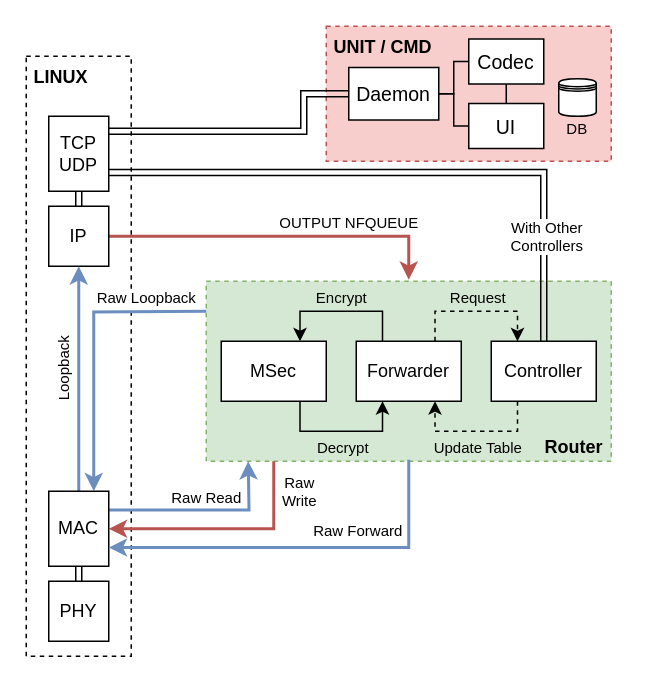
Before: page "Page-1" (1 of 2) of docs/figures/net_stack.drawio in mido3ds/C4IAN, a draw.io diagram. Source tidied: cells renumbered, new cells numbered last; positions are measured from the earlier drawing's top-left corner, leaving out a move shared by most shapes. Both pictures are drawn from the tidied source at 150%, with x=0, y=0 at pixel (26, 26).
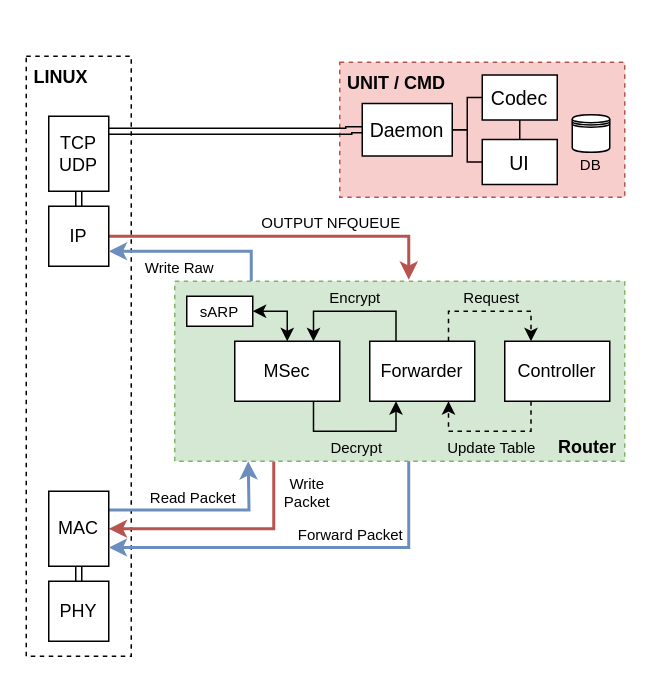
Above is the later version.

Commit message (it also covers changes not shown here):
added sarp to diagrams

Unchanged cells that the change refers to:
```xml
<mxCell id="19" value="TCP&lt;br&gt;UDP" style="rounded=0;whiteSpace=wrap;html=1;" parent="1" vertex="1">
  <mxGeometry x="15" y="60" width="40" height="50" as="geometry" />
</mxCell>
<mxCell id="20" style="edgeStyle=orthogonalEdgeStyle;rounded=0;jettySize=auto;html=1;exitX=1;exitY=0.5;exitDx=0;exitDy=0;fillColor=#f8cecc;strokeColor=#b85450;endArrow=classic;endFill=1;strokeWidth=2;" parent="1" edge="1" source="22">
  <mxGeometry relative="1" as="geometry">
    <mxPoint x="255" y="169" as="targetPoint" />
    <Array as="points">
      <mxPoint x="255" y="140" />
    </Array>
  </mxGeometry>
</mxCell>
<mxCell id="22" value="IP" style="rounded=0;whiteSpace=wrap;html=1;" parent="1" vertex="1">
  <mxGeometry x="15" y="120" width="40" height="40" as="geometry" />
</mxCell>
<mxCell id="23" style="edgeStyle=orthogonalEdgeStyle;rounded=0;jettySize=auto;html=1;entryX=1;entryY=0.5;entryDx=0;entryDy=0;fillColor=#f8cecc;strokeColor=#b85450;strokeWidth=2;" parent="1" edge="1" target="32">
  <mxGeometry relative="1" as="geometry">
    <mxPoint x="165" y="290" as="sourcePoint" />
    <Array as="points">
      <mxPoint x="165" y="335" />
    </Array>
  </mxGeometry>
</mxCell>
<mxCell id="27" style="edgeStyle=orthogonalEdgeStyle;rounded=0;jettySize=auto;html=1;exitX=1;exitY=0.25;exitDx=0;exitDy=0;fillColor=#dae8fc;strokeColor=#6c8ebf;endArrow=classic;endFill=1;strokeWidth=2;" parent="1" edge="1" source="32">
  <mxGeometry relative="1" as="geometry">
    <mxPoint x="148" y="290" as="targetPoint" />
  </mxGeometry>
</mxCell>
<mxCell id="32" value="MAC" style="rounded=0;whiteSpace=wrap;html=1;" parent="1" vertex="1">
  <mxGeometry x="15" y="310" width="40" height="50" as="geometry" />
</mxCell>
<mxCell id="34" style="edgeStyle=orthogonalEdgeStyle;rounded=0;jettySize=auto;html=1;entryX=1;entryY=0.75;entryDx=0;entryDy=0;startArrow=none;startFill=0;endArrow=classic;endFill=1;fontSize=10;fontColor=#000000;fillColor=#dae8fc;strokeColor=#6c8ebf;strokeWidth=2;" parent="1" edge="1" target="32">
  <mxGeometry relative="1" as="geometry">
    <mxPoint x="255" y="289" as="sourcePoint" />
    <Array as="points">
      <mxPoint x="255" y="348" />
    </Array>
  </mxGeometry>
</mxCell>
```

What changed in the source:
```diff
@@
-    <mxCell id="2" value="&amp;nbsp;UNIT / CMD" style="rounded=0;whiteSpace=wrap;html=1;fillColor=#f8cecc;strokeColor=#b85450;verticalAlign=top;align=left;dashed=1;fontStyle=1;fontSize=12;" parent="1" vertex="1">
-      <mxGeometry x="200" width="190" height="90" as="geometry" />
+    <mxCell id="2" value="&amp;nbsp;UNIT / CMD" style="rounded=0;whiteSpace=wrap;html=1;verticalAlign=top;align=left;dashed=1;fontStyle=1;fontSize=12;fillColor=#f8cecc;strokeColor=#b85450;" parent="1" vertex="1">
+      <mxGeometry x="209" y="24" width="190" height="90" as="geometry" />
     </mxCell>
@@
-    <mxCell id="4" style="group;fontSize=12;fixDash=0;" parent="1" vertex="1">
-      <mxGeometry x="120" y="170" width="270" height="120" as="geometry" />
-    </mxCell>
-    <mxCell id="5" value="&lt;font size=&quot;1&quot;&gt;&lt;b style=&quot;font-size: 12px&quot;&gt;Router&amp;nbsp;&lt;/b&gt;&lt;/font&gt;" style="rounded=0;whiteSpace=wrap;html=1;labelBackgroundColor=none;dashed=1;fillColor=#d5e8d4;strokeColor=#82b366;align=right;verticalAlign=bottom;" parent="4" vertex="1">
-      <mxGeometry width="270" height="120" as="geometry" />
-    </mxCell>
-    <mxCell id="6" value="MSec" style="rounded=0;whiteSpace=wrap;html=1;" parent="4" vertex="1">
-      <mxGeometry x="10" y="40" width="70" height="40" as="geometry" />
-    </mxCell>
-    <mxCell id="7" style="edgeStyle=orthogonalEdgeStyle;rounded=0;jettySize=auto;html=1;exitX=0.25;exitY=0;exitDx=0;exitDy=0;entryX=0.75;entryY=0;entryDx=0;entryDy=0;startArrow=none;startFill=0;endArrow=classic;endFill=1;fontColor=#FFD966;" parent="4" edge="1" source="9" target="6">
-      <mxGeometry relative="1" as="geometry" />
-    </mxCell>
-    <mxCell id="8" value="&lt;font style=&quot;font-size: 10px;&quot;&gt;Encrypt&lt;/font&gt;" style="edgeLabel;html=1;align=center;verticalAlign=middle;labelBackgroundColor=none;fontSize=10;" parent="7" vertex="1">
-      <mxGeometry x="-0.29" y="3" relative="1" as="geometry">
-        <mxPoint x="-13.7" y="-13" as="offset" />
-      </mxGeometry>
-    </mxCell>
-    <mxCell id="9" value="Forwarder" style="rounded=0;whiteSpace=wrap;html=1;" parent="4" vertex="1">
-      <mxGeometry x="100" y="40" width="70" height="40" as="geometry" />
-    </mxCell>
-    <mxCell id="10" style="edgeStyle=orthogonalEdgeStyle;rounded=0;jettySize=auto;html=1;exitX=0.75;exitY=1;exitDx=0;exitDy=0;entryX=0.25;entryY=1;entryDx=0;entryDy=0;startArrow=none;startFill=0;endArrow=classic;endFill=1;fontColor=#FFD966;" parent="4" edge="1" source="6" target="9">
-      <mxGeometry relative="1" as="geometry" />
-    </mxCell>
-    <mxCell id="11" value="&lt;font color=&quot;#000000&quot; style=&quot;font-size: 10px;&quot;&gt;Decrypt&lt;/font&gt;" style="edgeLabel;html=1;align=center;verticalAlign=middle;fontColor=#FFD966;labelBackgroundColor=none;fontSize=10;" parent="10" vertex="1">
-      <mxGeometry x="-0.2" y="-2" relative="1" as="geometry">
-        <mxPoint x="9.6" y="8" as="offset" />
-      </mxGeometry>
-    </mxCell>
-    <mxCell id="12" style="edgeStyle=orthogonalEdgeStyle;rounded=0;jettySize=auto;html=1;exitX=0.25;exitY=1;exitDx=0;exitDy=0;entryX=0.75;entryY=1;entryDx=0;entryDy=0;startArrow=none;startFill=0;endArrow=classic;endFill=1;fontColor=#000000;dashed=1;" parent="4" edge="1" source="14" target="9">
-      <mxGeometry relative="1" as="geometry" />
-    </mxCell>
-    <mxCell id="13" value="Update Table" style="edgeLabel;html=1;align=center;verticalAlign=middle;fontColor=#000000;labelBackgroundColor=none;fontSize=10;" parent="12" vertex="1">
-      <mxGeometry x="0.25" relative="1" as="geometry">
-        <mxPoint x="11.8" y="10" as="offset" />
-      </mxGeometry>
-    </mxCell>
-    <mxCell id="14" value="Controller" style="rounded=0;whiteSpace=wrap;html=1;" parent="4" vertex="1">
-      <mxGeometry x="190" y="40" width="70" height="40" as="geometry" />
-    </mxCell>
-    <mxCell id="15" style="edgeStyle=orthogonalEdgeStyle;rounded=0;jettySize=auto;html=1;exitX=0.75;exitY=0;exitDx=0;exitDy=0;entryX=0.25;entryY=0;entryDx=0;entryDy=0;startArrow=none;startFill=0;endArrow=classic;endFill=1;fontColor=#FFD966;dashed=1;" parent="4" edge="1" source="9" target="14">
-      <mxGeometry relative="1" as="geometry" />
-    </mxCell>
-    <mxCell id="16" value="Request" style="edgeLabel;html=1;align=center;verticalAlign=middle;labelBackgroundColor=none;fontSize=10;" parent="15" vertex="1">
-      <mxGeometry x="-0.2" y="-1" relative="1" as="geometry">
-        <mxPoint x="9.6" y="-11" as="offset" />
-      </mxGeometry>
-    </mxCell>
     <mxCell id="17" style="edgeStyle=orthogonalEdgeStyle;rounded=0;jettySize=auto;html=1;exitX=0;exitY=0.5;exitDx=0;exitDy=0;startArrow=classic;startFill=1;endArrow=classic;endFill=1;fontSize=10;fontColor=#000000;shape=link;" parent="1" edge="1" source="38">
       <mxGeometry relative="1" as="geometry">
         <mxPoint x="55" y="70" as="targetPoint" />
         <Array as="points">
-          <mxPoint x="185" y="45" />
-          <mxPoint x="185" y="70" />
+          <mxPoint x="215" y="70" />
         </Array>
       </mxGeometry>
     </mxCell>
@@
     <mxCell id="21" value="OUTPUT NFQUEUE" style="edgeLabel;html=1;align=center;verticalAlign=middle;labelBackgroundColor=#ffffff;fontSize=10;" parent="20" vertex="1">
       <mxGeometry x="0.04" y="1" relative="1" as="geometry">
-        <mxPoint x="40.5" y="-9" as="offset" />
+        <mxPoint x="28.6" y="-9" as="offset" />
       </mxGeometry>
     </mxCell>
@@
-    <mxCell id="24" value="Raw&lt;br style=&quot;font-size: 10px&quot;&gt;Write" style="edgeLabel;html=1;align=center;verticalAlign=middle;labelBackgroundColor=#ffffff;fontSize=10;" parent="23" vertex="1">
+    <mxCell id="24" value="Write&lt;br&gt;Packet" style="edgeLabel;html=1;align=center;verticalAlign=middle;labelBackgroundColor=#ffffff;fontSize=10;" parent="23" vertex="1">
       <mxGeometry x="-0.48" y="-23" relative="1" as="geometry">
-        <mxPoint x="39" y="-20.5" as="offset" />
+        <mxPoint x="44" y="-19.5" as="offset" />
       </mxGeometry>
     </mxCell>
-    <mxCell id="25" style="edgeStyle=orthogonalEdgeStyle;rounded=0;jettySize=auto;html=1;entryX=0.75;entryY=0;entryDx=0;entryDy=0;fillColor=#dae8fc;strokeColor=#6c8ebf;strokeWidth=2;" parent="1" edge="1" target="32">
+    <mxCell id="25" style="edgeStyle=orthogonalEdgeStyle;rounded=0;jettySize=auto;html=1;entryX=1;entryY=0.75;entryDx=0;entryDy=0;fillColor=#dae8fc;strokeColor=#6c8ebf;strokeWidth=2;" parent="1" edge="1" target="22">
       <mxGeometry relative="1" as="geometry">
-        <mxPoint x="120" y="190" as="sourcePoint" />
+        <mxPoint x="150" y="170" as="sourcePoint" />
+        <Array as="points">
+          <mxPoint x="150" y="150" />
+        </Array>
       </mxGeometry>
     </mxCell>
-    <mxCell id="26" value="Raw Loopback" style="edgeLabel;html=1;align=center;verticalAlign=middle;labelBackgroundColor=#ffffff;fontSize=10;" parent="25" vertex="1">
+    <mxCell id="26" value="Write Raw" style="edgeLabel;html=1;align=center;verticalAlign=middle;labelBackgroundColor=#ffffff;fontSize=10;" parent="25" vertex="1">
       <mxGeometry x="-0.8" y="-1" relative="1" as="geometry">
-        <mxPoint x="-21.1" y="-9" as="offset" />
+        <mxPoint x="-50" y="1.4" as="offset" />
       </mxGeometry>
     </mxCell>
@@
-    <mxCell id="28" value="Raw Read" style="edgeLabel;html=1;align=center;verticalAlign=middle;labelBackgroundColor=#ffffff;fontSize=10;" parent="27" vertex="1">
+    <mxCell id="28" value="Read Packet" style="edgeLabel;html=1;align=center;verticalAlign=middle;labelBackgroundColor=#ffffff;fontSize=10;" parent="27" vertex="1">
       <mxGeometry x="-0.11" y="-1" relative="1" as="geometry">
-        <mxPoint x="8.8" y="-10.5" as="offset" />
+        <mxPoint x="-0.1" y="-10.5" as="offset" />
       </mxGeometry>
     </mxCell>
@@
-    <mxCell id="30" style="edgeStyle=orthogonalEdgeStyle;rounded=0;jettySize=auto;html=1;exitX=0.5;exitY=0;exitDx=0;exitDy=0;entryX=0.5;entryY=1;entryDx=0;entryDy=0;fontSize=10;fillColor=#dae8fc;strokeColor=#6c8ebf;strokeWidth=2;" parent="1" edge="1" source="32" target="22">
-      <mxGeometry relative="1" as="geometry" />
-    </mxCell>
-    <mxCell id="31" value="Loopback" style="edgeLabel;html=1;align=center;verticalAlign=middle;fontSize=10;horizontal=0;" parent="30" vertex="1">
-      <mxGeometry x="-0.12" y="-1" relative="1" as="geometry">
-        <mxPoint x="-11" y="-14.3" as="offset" />
-      </mxGeometry>
-    </mxCell>
@@
-    <mxCell id="35" value="Raw Forward" style="edgeLabel;html=1;align=center;verticalAlign=middle;fontSize=10;fontColor=#000000;" parent="34" vertex="1">
+    <mxCell id="35" value="Forward Packet" style="edgeLabel;html=1;align=center;verticalAlign=middle;fontSize=10;fontColor=#000000;" parent="34" vertex="1">
       <mxGeometry x="-0.48" y="-2" relative="1" as="geometry">
-        <mxPoint x="-25.9" y="-10.5" as="offset" />
+        <mxPoint x="-30.7" y="-7.5" as="offset" />
       </mxGeometry>
     </mxCell>
-    <mxCell id="36" style="edgeStyle=orthogonalEdgeStyle;rounded=0;jumpStyle=none;jettySize=auto;html=1;exitX=0.5;exitY=0;exitDx=0;exitDy=0;startArrow=classic;startFill=1;endArrow=classic;endFill=1;strokeWidth=1;fontSize=10;fontColor=#000000;shape=link;entryX=1;entryY=0.75;entryDx=0;entryDy=0;" parent="1" edge="1" source="14" target="19">
-      <mxGeometry relative="1" as="geometry">
-        <Array as="points">
-          <mxPoint x="345" y="98" />
-          <mxPoint x="55" y="98" />
-        </Array>
-      </mxGeometry>
-    </mxCell>
-    <mxCell id="37" value="With Other&lt;br&gt;Controllers" style="edgeLabel;html=1;align=center;verticalAlign=middle;fontSize=10;fontColor=#000000;" parent="36" vertex="1">
-      <mxGeometry x="0.14" relative="1" as="geometry">
-        <mxPoint x="118.4" y="42" as="offset" />
-      </mxGeometry>
-    </mxCell>
     <mxCell id="38" value="Daemon" style="rounded=0;whiteSpace=wrap;html=1;labelBackgroundColor=#ffffff;fontSize=13;fontColor=#000000;align=center;" parent="1" vertex="1">
-      <mxGeometry x="215" y="27.5" width="60" height="35" as="geometry" />
+      <mxGeometry x="224" y="51.5" width="60" height="35" as="geometry" />
     </mxCell>
     <mxCell id="39" style="edgeStyle=orthogonalEdgeStyle;rounded=0;jettySize=auto;html=1;exitX=1;exitY=0.5;exitDx=0;exitDy=0;entryX=1;entryY=0.5;entryDx=0;entryDy=0;endArrow=none;endFill=0;" parent="1" edge="1" source="40" target="38">
       <mxGeometry relative="1" as="geometry">
         <Array as="points">
-          <mxPoint x="285" y="67" />
-          <mxPoint x="285" y="45" />
+          <mxPoint x="294" y="91" />
+          <mxPoint x="294" y="69" />
         </Array>
       </mxGeometry>
     </mxCell>
     <mxCell id="40" value="UI" style="whiteSpace=wrap;html=1;rounded=0;labelBackgroundColor=#ffffff;fontSize=13;fontColor=#000000;align=center;direction=west;horizontal=1;" parent="1" vertex="1">
-      <mxGeometry x="295" y="51.5" width="50" height="30" as="geometry" />
+      <mxGeometry x="304" y="75.5" width="50" height="30" as="geometry" />
     </mxCell>
@@
     <mxCell id="42" style="edgeStyle=orthogonalEdgeStyle;rounded=0;jettySize=auto;html=1;exitX=1;exitY=0.5;exitDx=0;exitDy=0;entryX=1;entryY=0.5;entryDx=0;entryDy=0;endArrow=none;endFill=0;" parent="1" edge="1" source="43" target="38">
       <mxGeometry relative="1" as="geometry">
         <Array as="points">
-          <mxPoint x="285" y="24" />
-          <mxPoint x="285" y="45" />
+          <mxPoint x="294" y="48" />
+          <mxPoint x="294" y="69" />
         </Array>
       </mxGeometry>
     </mxCell>
     <mxCell id="43" value="Codec" style="whiteSpace=wrap;html=1;rounded=0;labelBackgroundColor=#ffffff;fontSize=13;fontColor=#000000;align=center;direction=west;horizontal=1;" parent="1" vertex="1">
-      <mxGeometry x="295" y="8.5" width="50" height="30" as="geometry" />
+      <mxGeometry x="304" y="32.5" width="50" height="30" as="geometry" />
     </mxCell>
     <mxCell id="44" value="&lt;font style=&quot;font-size: 10px&quot;&gt;DB&lt;/font&gt;" style="shape=datastore;whiteSpace=wrap;html=1;rounded=0;labelBackgroundColor=none;fontSize=12;fontColor=#000000;align=center;verticalAlign=middle;labelPosition=center;verticalLabelPosition=bottom;horizontal=1;spacingTop=-10;" parent="1" vertex="1">
-      <mxGeometry x="355" y="35" width="25" height="25" as="geometry" />
+      <mxGeometry x="364" y="59" width="25" height="25" as="geometry" />
     </mxCell>
+    <mxCell id="45" style="group;" parent="1" vertex="1">
+      <mxGeometry x="99" y="170" width="300" height="120" as="geometry" />
+    </mxCell>
+    <mxCell id="5" value="&lt;font size=&quot;1&quot;&gt;&lt;b style=&quot;font-size: 12px&quot;&gt;Router&amp;nbsp;&lt;/b&gt;&lt;/font&gt;" style="rounded=0;whiteSpace=wrap;html=1;labelBackgroundColor=none;dashed=1;fillColor=#d5e8d4;strokeColor=#82b366;align=right;verticalAlign=bottom;" parent="45" vertex="1">
+      <mxGeometry width="300" height="120" as="geometry" />
+    </mxCell>
+    <mxCell id="6" value="MSec" style="rounded=0;whiteSpace=wrap;html=1;" parent="45" vertex="1">
+      <mxGeometry x="40" y="40" width="70" height="40" as="geometry" />
+    </mxCell>
+    <mxCell id="7" style="edgeStyle=orthogonalEdgeStyle;rounded=0;jettySize=auto;html=1;exitX=0.25;exitY=0;exitDx=0;exitDy=0;entryX=0.75;entryY=0;entryDx=0;entryDy=0;startArrow=none;startFill=0;endArrow=classic;endFill=1;fontColor=#FFD966;" parent="45" edge="1" source="9" target="6">
+      <mxGeometry x="30" as="geometry" />
+    </mxCell>
+    <mxCell id="8" value="&lt;font style=&quot;font-size: 10px;&quot;&gt;Encrypt&lt;/font&gt;" style="edgeLabel;html=1;align=center;verticalAlign=middle;labelBackgroundColor=none;fontSize=10;" parent="7" vertex="1">
+      <mxGeometry x="-0.29" y="3" relative="1" as="geometry">
+        <mxPoint x="-13.7" y="-13" as="offset" />
+      </mxGeometry>
+    </mxCell>
+    <mxCell id="9" value="Forwarder" style="rounded=0;whiteSpace=wrap;html=1;" parent="45" vertex="1">
+      <mxGeometry x="130" y="40" width="70" height="40" as="geometry" />
+    </mxCell>
+    <mxCell id="10" style="edgeStyle=orthogonalEdgeStyle;rounded=0;jettySize=auto;html=1;exitX=0.75;exitY=1;exitDx=0;exitDy=0;entryX=0.25;entryY=1;entryDx=0;entryDy=0;startArrow=none;startFill=0;endArrow=classic;endFill=1;fontColor=#FFD966;" parent="45" edge="1" source="6" target="9">
+      <mxGeometry x="30" as="geometry" />
+    </mxCell>
+    <mxCell id="11" value="&lt;font color=&quot;#000000&quot; style=&quot;font-size: 10px;&quot;&gt;Decrypt&lt;/font&gt;" style="edgeLabel;html=1;align=center;verticalAlign=middle;fontColor=#FFD966;labelBackgroundColor=none;fontSize=10;" parent="10" vertex="1">
+      <mxGeometry x="-0.2" y="-2" relative="1" as="geometry">
+        <mxPoint x="9.6" y="8" as="offset" />
+      </mxGeometry>
+    </mxCell>
+    <mxCell id="12" style="edgeStyle=orthogonalEdgeStyle;rounded=0;jettySize=auto;html=1;exitX=0.25;exitY=1;exitDx=0;exitDy=0;entryX=0.75;entryY=1;entryDx=0;entryDy=0;startArrow=none;startFill=0;endArrow=classic;endFill=1;fontColor=#000000;dashed=1;" parent="45" edge="1" source="14" target="9">
+      <mxGeometry x="30" as="geometry" />
+    </mxCell>
+    <mxCell id="13" value="Update Table" style="edgeLabel;html=1;align=center;verticalAlign=middle;fontColor=#000000;labelBackgroundColor=none;fontSize=10;" parent="12" vertex="1">
+      <mxGeometry x="0.25" relative="1" as="geometry">
+        <mxPoint x="11.8" y="10" as="offset" />
+      </mxGeometry>
+    </mxCell>
+    <mxCell id="14" value="Controller" style="rounded=0;whiteSpace=wrap;html=1;" parent="45" vertex="1">
+      <mxGeometry x="220" y="40" width="70" height="40" as="geometry" />
+    </mxCell>
+    <mxCell id="15" style="edgeStyle=orthogonalEdgeStyle;rounded=0;jettySize=auto;html=1;exitX=0.75;exitY=0;exitDx=0;exitDy=0;entryX=0.25;entryY=0;entryDx=0;entryDy=0;startArrow=none;startFill=0;endArrow=classic;endFill=1;fontColor=#FFD966;dashed=1;" parent="45" edge="1" source="9" target="14">
+      <mxGeometry x="30" as="geometry" />
+    </mxCell>
+    <mxCell id="16" value="Request" style="edgeLabel;html=1;align=center;verticalAlign=middle;labelBackgroundColor=none;fontSize=10;" parent="15" vertex="1">
+      <mxGeometry x="-0.2" y="-1" relative="1" as="geometry">
+        <mxPoint x="9.6" y="-11" as="offset" />
+      </mxGeometry>
+    </mxCell>
+    <mxCell id="46" style="edgeStyle=orthogonalEdgeStyle;rounded=0;jettySize=auto;html=1;exitX=1;exitY=0.5;exitDx=0;exitDy=0;entryX=0.5;entryY=0;entryDx=0;entryDy=0;fontSize=10;startArrow=classic;startFill=1;" parent="45" edge="1" source="47" target="6">
+      <mxGeometry relative="1" as="geometry" />
+    </mxCell>
+    <mxCell id="47" value="sARP" style="whiteSpace=wrap;html=1;fontSize=10;" parent="45" vertex="1">
+      <mxGeometry x="8" y="10" width="44" height="20" as="geometry" />
+    </mxCell>
```
